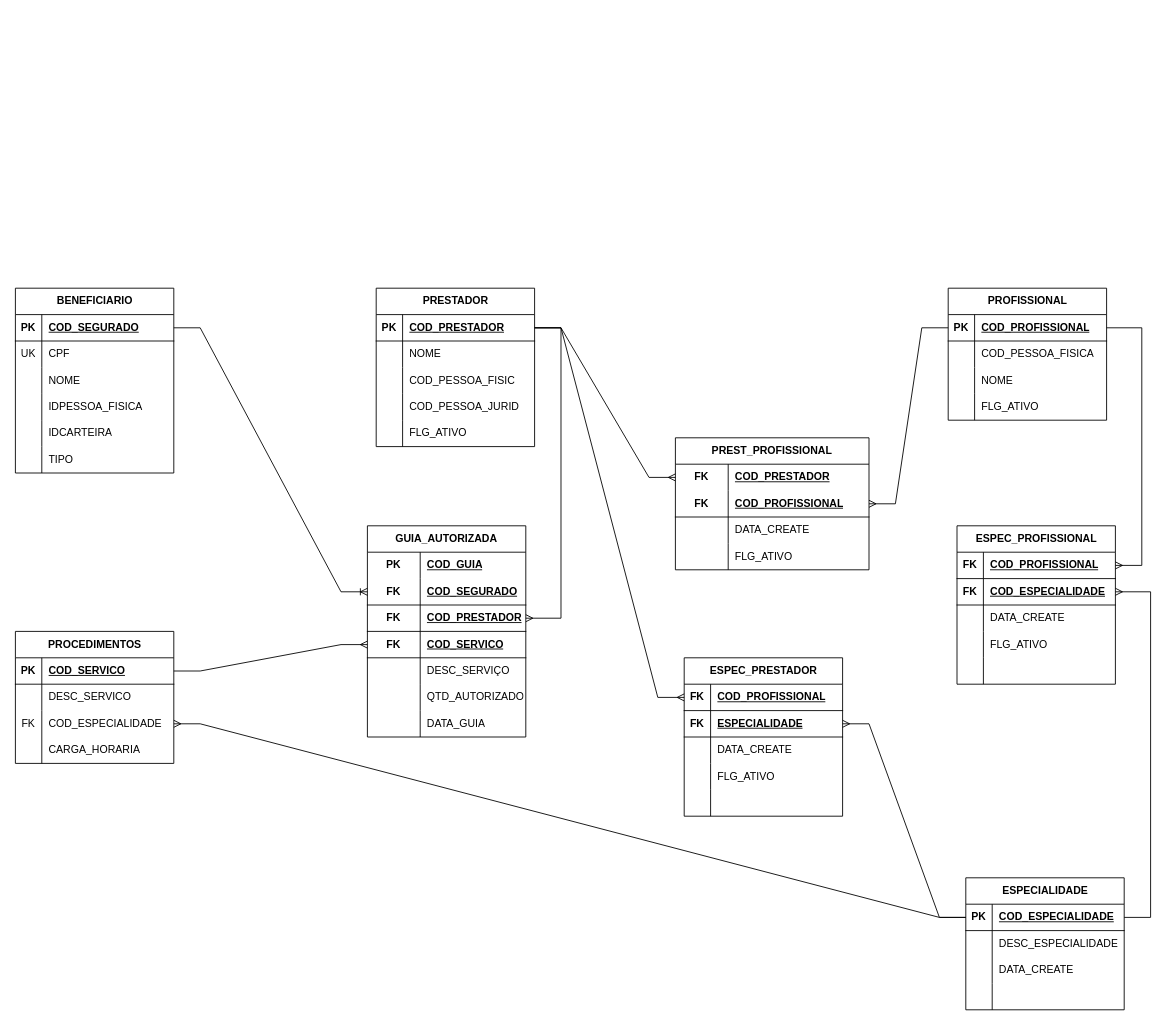
Earlier version of the draw.io diagram APP-TEA02.drawio (hugocesar975/Todos). Source tidied: cells renumbered, new cells numbered last; positions are measured from the earlier drawing's top-left corner, leaving out a move shared by most shapes. Both pictures are drawn from the tidied source at 88%, with x=0, y=0 at pixel (15, 288).
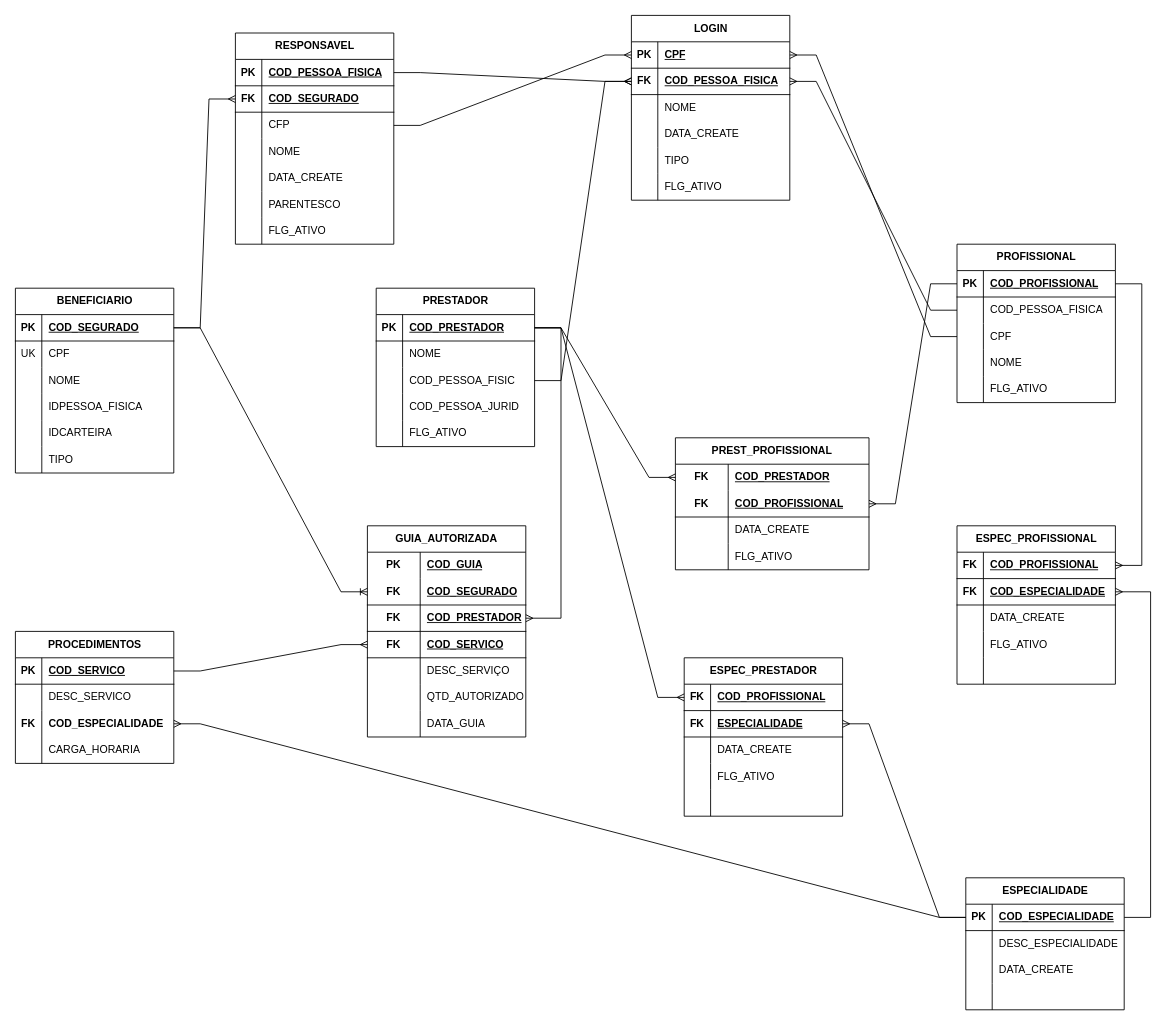
The same page after the edit.

The change refers to these unchanged cells:
```xml
<mxCell id="4" style="shape=tableRow;horizontal=0;startSize=0;swimlaneHead=0;swimlaneBody=0;fillColor=none;points=[[0,0.5],[1,0.5]];portConstraint=eastwest;top=0;left=0;right=0;bottom=1;" parent="3" vertex="1">
  <mxGeometry y="30" width="180" height="30" as="geometry" />
</mxCell>
<mxCell id="52" style="shape=tableRow;horizontal=0;startSize=0;swimlaneHead=0;swimlaneBody=0;fillColor=none;points=[[0,0.5],[1,0.5]];portConstraint=eastwest;top=0;left=0;right=0;bottom=0;" parent="45" vertex="1">
  <mxGeometry y="90" width="180" height="30" as="geometry" />
</mxCell>
<mxCell id="65" style="shape=tableRow;horizontal=0;startSize=0;swimlaneHead=0;swimlaneBody=0;fillColor=none;points=[[0,0.5],[1,0.5]];portConstraint=eastwest;top=0;left=0;right=0;bottom=0;" parent="61" vertex="1">
  <mxGeometry y="60" width="180" height="30" as="geometry" />
</mxCell>
<mxCell id="68" style="shape=tableRow;horizontal=0;startSize=0;swimlaneHead=0;swimlaneBody=0;fillColor=none;points=[[0,0.5],[1,0.5]];portConstraint=eastwest;top=0;left=0;right=0;bottom=0;" parent="61" vertex="1">
  <mxGeometry y="90" width="180" height="30" as="geometry" />
</mxCell>
<mxCell id="71" style="shape=tableRow;horizontal=0;startSize=0;swimlaneHead=0;swimlaneBody=0;fillColor=none;top=0;left=0;right=0;bottom=0;" parent="61" vertex="1">
  <mxGeometry y="120" width="180" height="30" as="geometry" />
</mxCell>
<mxCell id="82" style="shape=tableRow;horizontal=0;startSize=0;swimlaneHead=0;swimlaneBody=0;fillColor=none;points=[[0,0.5],[1,0.5]];portConstraint=eastwest;top=0;left=0;right=0;bottom=0;" parent="75" vertex="1">
  <mxGeometry y="90" width="180" height="30" as="geometry" />
</mxCell>
```

The edit, as a diff of the source:
```diff
@@
     <mxCell id="61" value="PROFISSIONAL" style="shape=table;startSize=30;childLayout=tableLayout;rowLines=0;fontStyle=1;align=center;html=1;" parent="1" vertex="1">
-      <mxGeometry x="1060" width="180" height="150" as="geometry" />
+      <mxGeometry x="1070" y="-50" width="180" height="180" as="geometry" />
     </mxCell>
@@
-    <mxCell id="70" value="NOME" style="shape=partialRectangle;fillColor=none;top=0;left=0;bottom=0;right=0;align=left;spacingLeft=6;overflow=hidden;whiteSpace=wrap;html=1;" parent="68" vertex="1">
+    <mxCell id="70" value="CPF" style="shape=partialRectangle;fillColor=none;top=0;left=0;bottom=0;right=0;align=left;spacingLeft=6;overflow=hidden;whiteSpace=wrap;html=1;" parent="68" vertex="1">
       <mxGeometry x="30" width="150" height="30" as="geometry" />
     </mxCell>
@@
-    <mxCell id="73" value="FLG_ATIVO" style="shape=partialRectangle;fillColor=none;top=0;left=0;bottom=0;right=0;align=left;spacingLeft=6;overflow=hidden;whiteSpace=wrap;html=1;" parent="71" vertex="1">
+    <mxCell id="73" value="NOME" style="shape=partialRectangle;fillColor=none;top=0;left=0;bottom=0;right=0;align=left;spacingLeft=6;overflow=hidden;whiteSpace=wrap;html=1;" parent="71" vertex="1">
       <mxGeometry x="30" width="150" height="30" as="geometry" />
     </mxCell>
+    <mxCell id="153" style="shape=tableRow;horizontal=0;startSize=0;swimlaneHead=0;swimlaneBody=0;fillColor=none;top=0;left=0;right=0;bottom=0;" parent="61" vertex="1">
+      <mxGeometry y="150" width="180" height="30" as="geometry" />
+    </mxCell>
+    <mxCell id="154" style="shape=partialRectangle;fillColor=none;top=0;left=0;bottom=0;right=0;overflow=hidden;whiteSpace=wrap;html=1;" parent="153" vertex="1">
+      <mxGeometry width="30" height="30" as="geometry" />
+    </mxCell>
+    <mxCell id="155" value="FLG_ATIVO" style="shape=partialRectangle;fillColor=none;top=0;left=0;bottom=0;right=0;align=left;spacingLeft=6;overflow=hidden;whiteSpace=wrap;html=1;" parent="153" vertex="1">
+      <mxGeometry x="30" width="150" height="30" as="geometry" />
+    </mxCell>
@@
-    <mxCell id="83" value="FK" style="shape=partialRectangle;fillColor=none;top=0;left=0;bottom=0;right=0;overflow=hidden;whiteSpace=wrap;html=1;" parent="82" vertex="1">
+    <mxCell id="83" value="&lt;b&gt;FK&lt;/b&gt;" style="shape=partialRectangle;fillColor=none;top=0;left=0;bottom=0;right=0;overflow=hidden;whiteSpace=wrap;html=1;" parent="82" vertex="1">
       <mxGeometry width="30" height="30" as="geometry" />
     </mxCell>
-    <mxCell id="84" value="COD_ESPECIALIDADE" style="shape=partialRectangle;fillColor=none;top=0;left=0;bottom=0;right=0;align=left;spacingLeft=6;overflow=hidden;whiteSpace=wrap;html=1;" parent="82" vertex="1">
+    <mxCell id="84" value="&lt;b&gt;COD_ESPECIALIDADE&lt;/b&gt;" style="shape=partialRectangle;fillColor=none;top=0;left=0;bottom=0;right=0;align=left;spacingLeft=6;overflow=hidden;whiteSpace=wrap;html=1;" parent="82" vertex="1">
       <mxGeometry x="30" width="150" height="30" as="geometry" />
     </mxCell>
@@
+    <mxCell id="156" value="RESPONSAVEL" style="shape=table;startSize=30;childLayout=tableLayout;rowLines=0;fontStyle=1;align=center;html=1;" parent="1" vertex="1">
+      <mxGeometry x="250" y="-290" width="180" height="240" as="geometry" />
+    </mxCell>
+    <mxCell id="157" style="shape=tableRow;horizontal=0;startSize=0;swimlaneHead=0;swimlaneBody=0;fillColor=none;points=[[0,0.5],[1,0.5]];portConstraint=eastwest;top=0;left=0;right=0;bottom=1;" parent="156" vertex="1">
+      <mxGeometry y="30" width="180" height="30" as="geometry" />
+    </mxCell>
+    <mxCell id="158" value="PK" style="shape=partialRectangle;fillColor=none;top=0;left=0;bottom=0;right=0;fontStyle=1;overflow=hidden;whiteSpace=wrap;html=1;" parent="157" vertex="1">
+      <mxGeometry width="30" height="30" as="geometry" />
+    </mxCell>
+    <mxCell id="159" value="COD_PESSOA_FISICA" style="shape=partialRectangle;fillColor=none;top=0;left=0;bottom=0;right=0;align=left;spacingLeft=6;fontStyle=5;overflow=hidden;whiteSpace=wrap;html=1;" parent="157" vertex="1">
+      <mxGeometry x="30" width="150" height="30" as="geometry" />
+    </mxCell>
+    <mxCell id="160" style="shape=tableRow;horizontal=0;startSize=0;swimlaneHead=0;swimlaneBody=0;fillColor=none;points=[[0,0.5],[1,0.5]];portConstraint=eastwest;top=0;left=0;right=0;bottom=1;" parent="156" vertex="1">
+      <mxGeometry y="60" width="180" height="30" as="geometry" />
+    </mxCell>
+    <mxCell id="161" value="FK" style="shape=partialRectangle;fillColor=none;top=0;left=0;bottom=0;right=0;fontStyle=1;overflow=hidden;whiteSpace=wrap;html=1;" parent="160" vertex="1">
+      <mxGeometry width="30" height="30" as="geometry" />
+    </mxCell>
+    <mxCell id="162" value="COD_SEGURADO" style="shape=partialRectangle;fillColor=none;top=0;left=0;bottom=0;right=0;align=left;spacingLeft=6;fontStyle=5;overflow=hidden;whiteSpace=wrap;html=1;" parent="160" vertex="1">
+      <mxGeometry x="30" width="150" height="30" as="geometry" />
+    </mxCell>
+    <mxCell id="163" style="shape=tableRow;horizontal=0;startSize=0;swimlaneHead=0;swimlaneBody=0;fillColor=none;points=[[0,0.5],[1,0.5]];portConstraint=eastwest;top=0;left=0;right=0;bottom=0;" parent="156" vertex="1">
+      <mxGeometry y="90" width="180" height="30" as="geometry" />
+    </mxCell>
+    <mxCell id="164" style="shape=partialRectangle;fillColor=none;top=0;left=0;bottom=0;right=0;overflow=hidden;whiteSpace=wrap;html=1;" parent="163" vertex="1">
+      <mxGeometry width="30" height="30" as="geometry" />
+    </mxCell>
+    <mxCell id="165" value="CFP" style="shape=partialRectangle;fillColor=none;top=0;left=0;bottom=0;right=0;align=left;spacingLeft=6;overflow=hidden;whiteSpace=wrap;html=1;" parent="163" vertex="1">
+      <mxGeometry x="30" width="150" height="30" as="geometry" />
+    </mxCell>
+    <mxCell id="166" style="shape=tableRow;horizontal=0;startSize=0;swimlaneHead=0;swimlaneBody=0;fillColor=none;top=0;left=0;right=0;bottom=0;" parent="156" vertex="1">
+      <mxGeometry y="120" width="180" height="30" as="geometry" />
+    </mxCell>
+    <mxCell id="167" style="shape=partialRectangle;fillColor=none;top=0;left=0;bottom=0;right=0;overflow=hidden;whiteSpace=wrap;html=1;" parent="166" vertex="1">
+      <mxGeometry width="30" height="30" as="geometry" />
+    </mxCell>
+    <mxCell id="168" value="NOME" style="shape=partialRectangle;fillColor=none;top=0;left=0;bottom=0;right=0;align=left;spacingLeft=6;overflow=hidden;whiteSpace=wrap;html=1;" parent="166" vertex="1">
+      <mxGeometry x="30" width="150" height="30" as="geometry" />
+    </mxCell>
+    <mxCell id="169" style="shape=tableRow;horizontal=0;startSize=0;swimlaneHead=0;swimlaneBody=0;fillColor=none;top=0;left=0;right=0;bottom=0;" parent="156" vertex="1">
+      <mxGeometry y="150" width="180" height="30" as="geometry" />
+    </mxCell>
+    <mxCell id="170" style="shape=partialRectangle;fillColor=none;top=0;left=0;bottom=0;right=0;overflow=hidden;whiteSpace=wrap;html=1;" parent="169" vertex="1">
+      <mxGeometry width="30" height="30" as="geometry" />
+    </mxCell>
+    <mxCell id="171" value="DATA_CREATE" style="shape=partialRectangle;fillColor=none;top=0;left=0;bottom=0;right=0;align=left;spacingLeft=6;overflow=hidden;whiteSpace=wrap;html=1;" parent="169" vertex="1">
+      <mxGeometry x="30" width="150" height="30" as="geometry" />
+    </mxCell>
+    <mxCell id="172" style="shape=tableRow;horizontal=0;startSize=0;swimlaneHead=0;swimlaneBody=0;fillColor=none;top=0;left=0;right=0;bottom=0;" parent="156" vertex="1">
+      <mxGeometry y="180" width="180" height="30" as="geometry" />
+    </mxCell>
+    <mxCell id="173" style="shape=partialRectangle;fillColor=none;top=0;left=0;bottom=0;right=0;overflow=hidden;whiteSpace=wrap;html=1;" parent="172" vertex="1">
+      <mxGeometry width="30" height="30" as="geometry" />
+    </mxCell>
+    <mxCell id="174" value="PARENTESCO" style="shape=partialRectangle;fillColor=none;top=0;left=0;bottom=0;right=0;align=left;spacingLeft=6;overflow=hidden;whiteSpace=wrap;html=1;" parent="172" vertex="1">
+      <mxGeometry x="30" width="150" height="30" as="geometry" />
+    </mxCell>
+    <mxCell id="175" style="shape=tableRow;horizontal=0;startSize=0;swimlaneHead=0;swimlaneBody=0;fillColor=none;top=0;left=0;right=0;bottom=0;" parent="156" vertex="1">
+      <mxGeometry y="210" width="180" height="30" as="geometry" />
+    </mxCell>
+    <mxCell id="176" style="shape=partialRectangle;fillColor=none;top=0;left=0;bottom=0;right=0;overflow=hidden;whiteSpace=wrap;html=1;" parent="175" vertex="1">
+      <mxGeometry width="30" height="30" as="geometry" />
+    </mxCell>
+    <mxCell id="177" value="FLG_ATIVO" style="shape=partialRectangle;fillColor=none;top=0;left=0;bottom=0;right=0;align=left;spacingLeft=6;overflow=hidden;whiteSpace=wrap;html=1;" parent="175" vertex="1">
+      <mxGeometry x="30" width="150" height="30" as="geometry" />
+    </mxCell>
+    <mxCell id="178" style="edgeStyle=entityRelationEdgeStyle;fontSize=12;html=1;endArrow=ERmany;rounded=0;" parent="1" edge="1" source="4" target="160">
+      <mxGeometry relative="1" as="geometry" />
+    </mxCell>
+    <mxCell id="179" value="LOGIN" style="shape=table;startSize=30;childLayout=tableLayout;rowLines=0;fontStyle=1;align=center;html=1;" parent="1" vertex="1">
+      <mxGeometry x="700" y="-310" width="180" height="210" as="geometry" />
+    </mxCell>
+    <mxCell id="180" style="shape=tableRow;horizontal=0;startSize=0;swimlaneHead=0;swimlaneBody=0;fillColor=none;points=[[0,0.5],[1,0.5]];portConstraint=eastwest;top=0;left=0;right=0;bottom=1;" parent="179" vertex="1">
+      <mxGeometry y="30" width="180" height="30" as="geometry" />
+    </mxCell>
+    <mxCell id="181" value="PK" style="shape=partialRectangle;fillColor=none;top=0;left=0;bottom=0;right=0;fontStyle=1;overflow=hidden;whiteSpace=wrap;html=1;" parent="180" vertex="1">
+      <mxGeometry width="30" height="30" as="geometry" />
+    </mxCell>
+    <mxCell id="182" value="CPF" style="shape=partialRectangle;fillColor=none;top=0;left=0;bottom=0;right=0;align=left;spacingLeft=6;fontStyle=5;overflow=hidden;whiteSpace=wrap;html=1;" parent="180" vertex="1">
+      <mxGeometry x="30" width="150" height="30" as="geometry" />
+    </mxCell>
+    <mxCell id="183" style="shape=tableRow;horizontal=0;startSize=0;swimlaneHead=0;swimlaneBody=0;fillColor=none;points=[[0,0.5],[1,0.5]];portConstraint=eastwest;top=0;left=0;right=0;bottom=1;" parent="179" vertex="1">
+      <mxGeometry y="60" width="180" height="30" as="geometry" />
+    </mxCell>
+    <mxCell id="184" value="FK" style="shape=partialRectangle;fillColor=none;top=0;left=0;bottom=0;right=0;fontStyle=1;overflow=hidden;whiteSpace=wrap;html=1;" parent="183" vertex="1">
+      <mxGeometry width="30" height="30" as="geometry" />
+    </mxCell>
+    <mxCell id="185" value="COD_PESSOA_FISICA" style="shape=partialRectangle;fillColor=none;top=0;left=0;bottom=0;right=0;align=left;spacingLeft=6;fontStyle=5;overflow=hidden;whiteSpace=wrap;html=1;" parent="183" vertex="1">
+      <mxGeometry x="30" width="150" height="30" as="geometry" />
+    </mxCell>
+    <mxCell id="186" style="shape=tableRow;horizontal=0;startSize=0;swimlaneHead=0;swimlaneBody=0;fillColor=none;top=0;left=0;right=0;bottom=0;" parent="179" vertex="1">
+      <mxGeometry y="90" width="180" height="30" as="geometry" />
+    </mxCell>
+    <mxCell id="187" style="shape=partialRectangle;fillColor=none;top=0;left=0;bottom=0;right=0;overflow=hidden;whiteSpace=wrap;html=1;" parent="186" vertex="1">
+      <mxGeometry width="30" height="30" as="geometry" />
+    </mxCell>
+    <mxCell id="188" value="NOME" style="shape=partialRectangle;fillColor=none;top=0;left=0;bottom=0;right=0;align=left;spacingLeft=6;overflow=hidden;whiteSpace=wrap;html=1;" parent="186" vertex="1">
+      <mxGeometry x="30" width="150" height="30" as="geometry" />
+    </mxCell>
+    <mxCell id="189" style="shape=tableRow;horizontal=0;startSize=0;swimlaneHead=0;swimlaneBody=0;fillColor=none;top=0;left=0;right=0;bottom=0;" parent="179" vertex="1">
+      <mxGeometry y="120" width="180" height="30" as="geometry" />
+    </mxCell>
+    <mxCell id="190" style="shape=partialRectangle;fillColor=none;top=0;left=0;bottom=0;right=0;overflow=hidden;whiteSpace=wrap;html=1;" parent="189" vertex="1">
+      <mxGeometry width="30" height="30" as="geometry" />
+    </mxCell>
+    <mxCell id="191" value="DATA_CREATE" style="shape=partialRectangle;fillColor=none;top=0;left=0;bottom=0;right=0;align=left;spacingLeft=6;overflow=hidden;whiteSpace=wrap;html=1;" parent="189" vertex="1">
+      <mxGeometry x="30" width="150" height="30" as="geometry" />
+    </mxCell>
+    <mxCell id="192" style="shape=tableRow;horizontal=0;startSize=0;swimlaneHead=0;swimlaneBody=0;fillColor=none;top=0;left=0;right=0;bottom=0;" parent="179" vertex="1">
+      <mxGeometry y="150" width="180" height="30" as="geometry" />
+    </mxCell>
+    <mxCell id="193" style="shape=partialRectangle;fillColor=none;top=0;left=0;bottom=0;right=0;overflow=hidden;whiteSpace=wrap;html=1;" parent="192" vertex="1">
+      <mxGeometry width="30" height="30" as="geometry" />
+    </mxCell>
+    <mxCell id="194" value="TIPO" style="shape=partialRectangle;fillColor=none;top=0;left=0;bottom=0;right=0;align=left;spacingLeft=6;overflow=hidden;whiteSpace=wrap;html=1;" parent="192" vertex="1">
+      <mxGeometry x="30" width="150" height="30" as="geometry" />
+    </mxCell>
+    <mxCell id="195" style="shape=tableRow;horizontal=0;startSize=0;swimlaneHead=0;swimlaneBody=0;fillColor=none;top=0;left=0;right=0;bottom=0;" parent="179" vertex="1">
+      <mxGeometry y="180" width="180" height="30" as="geometry" />
+    </mxCell>
+    <mxCell id="196" style="shape=partialRectangle;fillColor=none;top=0;left=0;bottom=0;right=0;overflow=hidden;whiteSpace=wrap;html=1;" parent="195" vertex="1">
+      <mxGeometry width="30" height="30" as="geometry" />
+    </mxCell>
+    <mxCell id="197" value="FLG_ATIVO" style="shape=partialRectangle;fillColor=none;top=0;left=0;bottom=0;right=0;align=left;spacingLeft=6;overflow=hidden;whiteSpace=wrap;html=1;" parent="195" vertex="1">
+      <mxGeometry x="30" width="150" height="30" as="geometry" />
+    </mxCell>
+    <mxCell id="198" style="edgeStyle=entityRelationEdgeStyle;fontSize=12;html=1;endArrow=ERmany;rounded=0;" parent="1" edge="1" source="52" target="183">
+      <mxGeometry relative="1" as="geometry" />
+    </mxCell>
+    <mxCell id="199" style="edgeStyle=entityRelationEdgeStyle;fontSize=12;html=1;endArrow=ERmany;rounded=0;exitX=1;exitY=0.5;exitDx=0;exitDy=0;entryX=0;entryY=0.5;entryDx=0;entryDy=0;" parent="1" edge="1" source="157" target="183">
+      <mxGeometry relative="1" as="geometry" />
+    </mxCell>
+    <mxCell id="200" style="edgeStyle=entityRelationEdgeStyle;fontSize=12;html=1;endArrow=ERmany;rounded=0;" parent="1" edge="1" source="68" target="180">
+      <mxGeometry relative="1" as="geometry" />
+    </mxCell>
+    <mxCell id="201" style="edgeStyle=entityRelationEdgeStyle;fontSize=12;html=1;endArrow=ERmany;rounded=0;" parent="1" edge="1" source="163" target="180">
+      <mxGeometry relative="1" as="geometry" />
+    </mxCell>
+    <mxCell id="202" style="edgeStyle=entityRelationEdgeStyle;fontSize=12;html=1;endArrow=ERmany;rounded=0;" parent="1" edge="1" source="65" target="183">
+      <mxGeometry relative="1" as="geometry" />
+    </mxCell>
```
